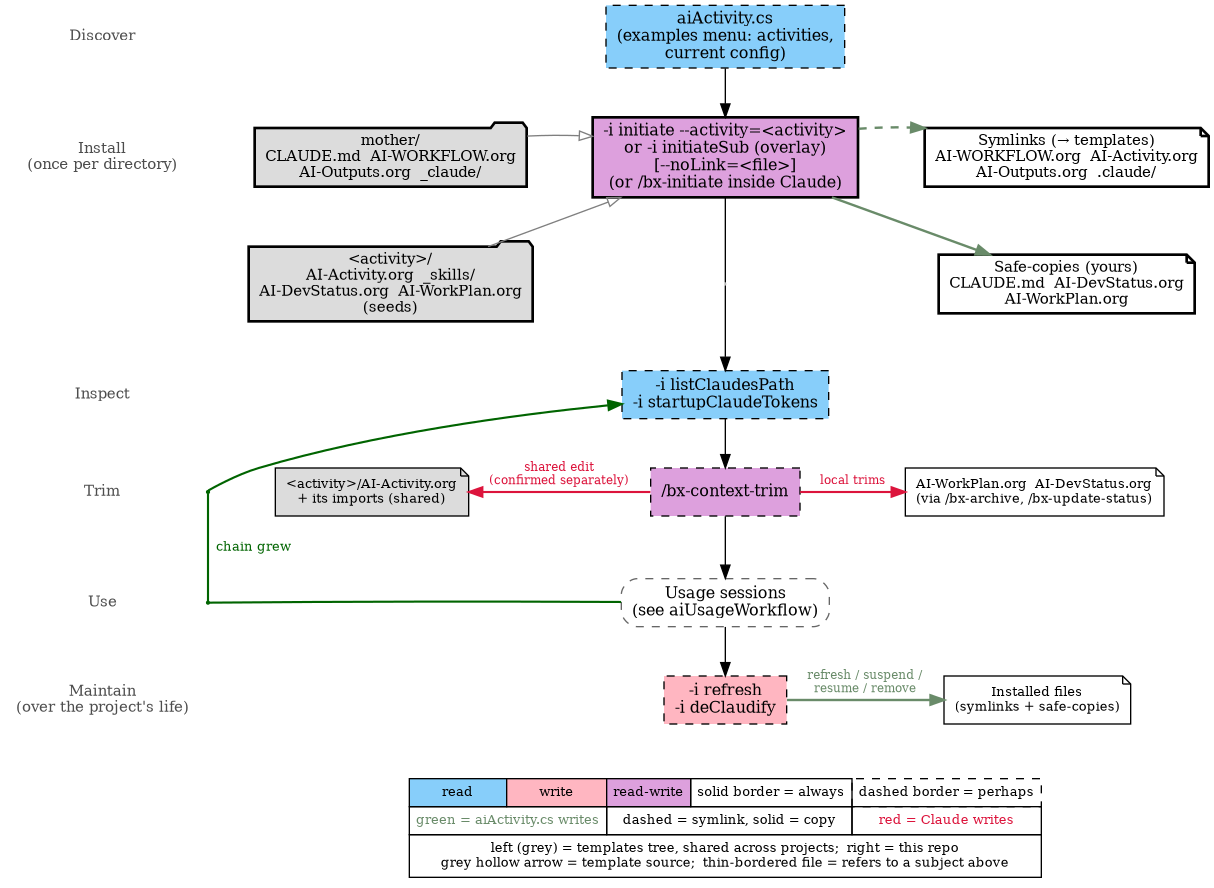
Before: ai-templates/_nonTemplate_/images/aiStartupWorkflow.png, a diagram exported from Graphviz (bisos/defaults). Its source is kept beside it as ai-templates/_nonTemplate_/images/aiStartupWorkflow.gv.
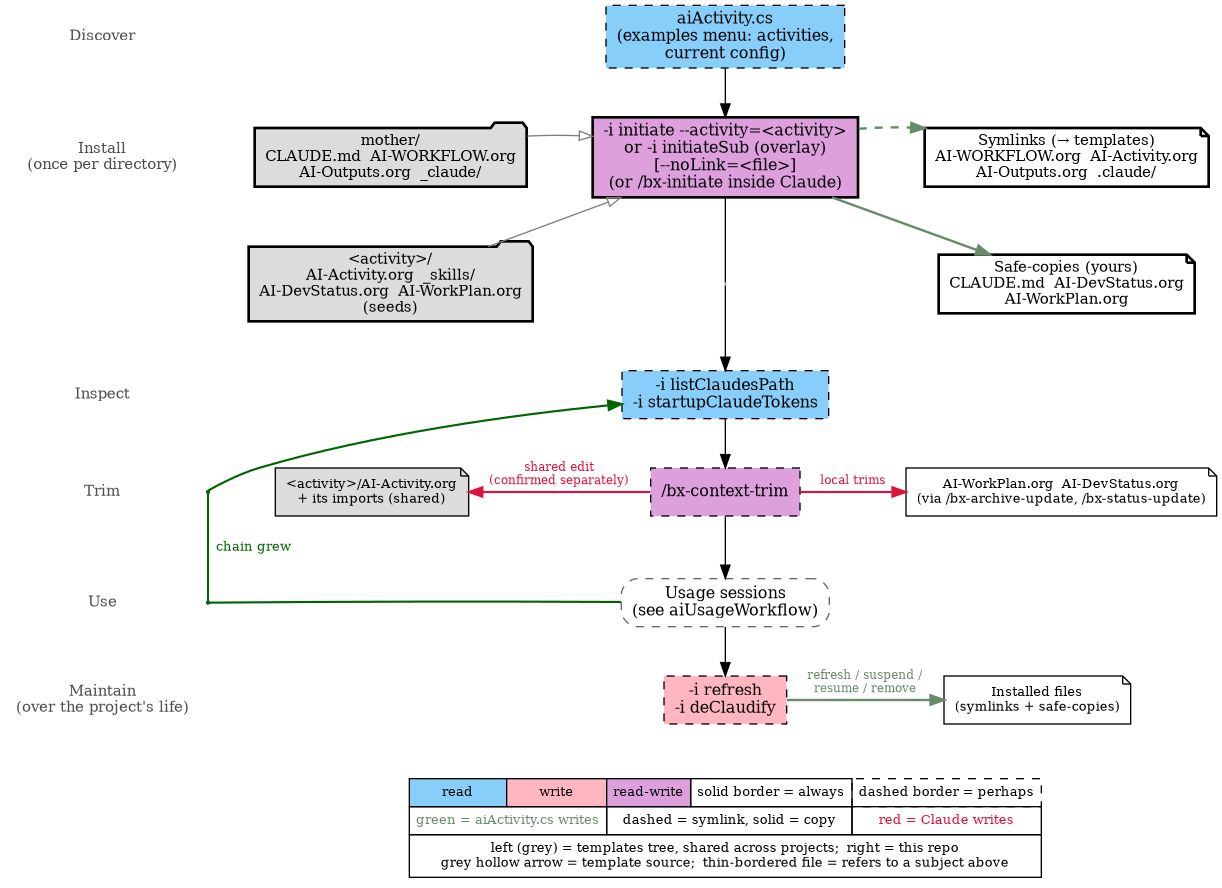
Later version of the same file.

The edit, as a diff of the source:
```diff
@@ -63,7 +63,7 @@
 + its imports (shared)" fillcolor=gainsboro fontsize=10 shape=note style=filled]
 		trim [label="/bx-context-trim" fillcolor=plum group=spine shape=rectangle style="filled,dashed"]
 		refLocal [label="AI-WorkPlan.org  AI-DevStatus.org
-(via /bx-archive, /bx-update-status)" fillcolor=white fontsize=10 shape=note style=filled]
+(via /bx-archive-update, /bx-status-update)" fillcolor=white fontsize=10 shape=note style=filled]
 	}
 	{
 		rank=same
```
